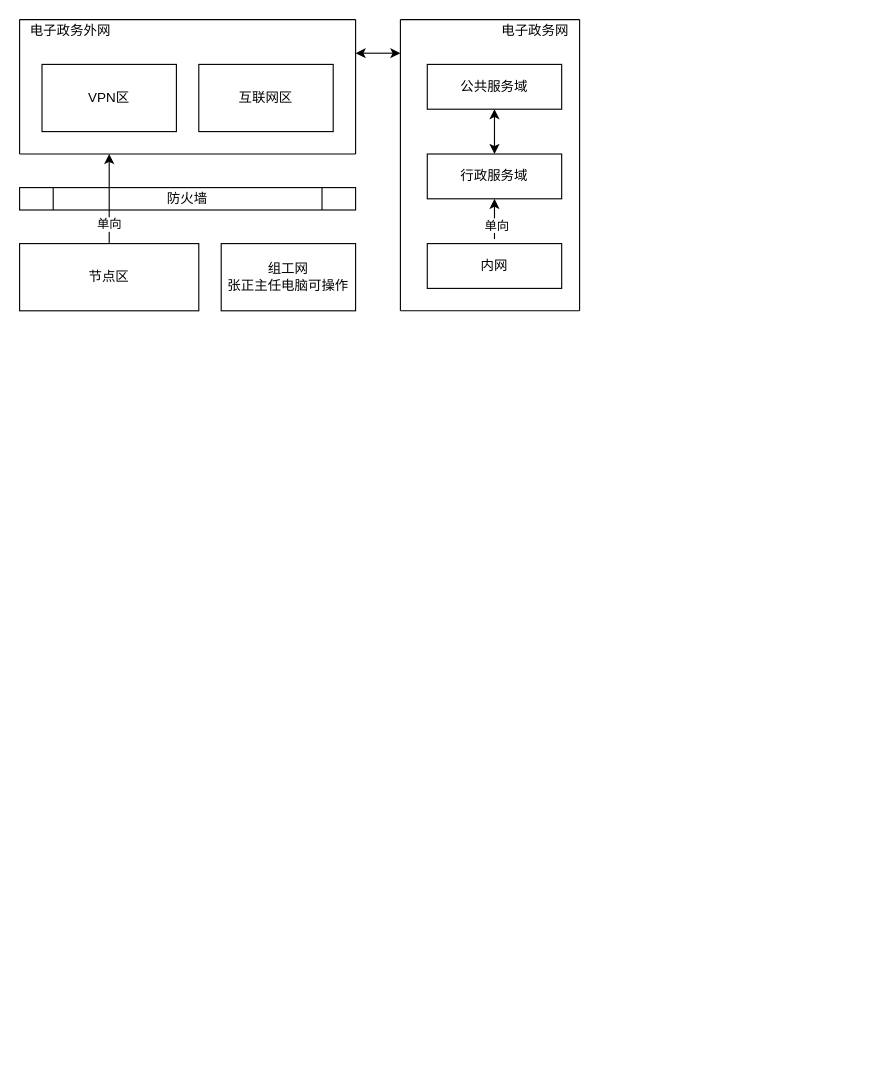
liuchenwei2000/diagram keeps this draw.io diagram as Dengta/部署域.drawio. Above is the earlier version. Source tidied: cells renumbered, new cells numbered last; positions are measured from the earlier drawing's top-left corner, leaving out a move shared by most shapes. Both pictures are drawn from the tidied source at 112%, with x=0, y=0 at pixel (19, 19).
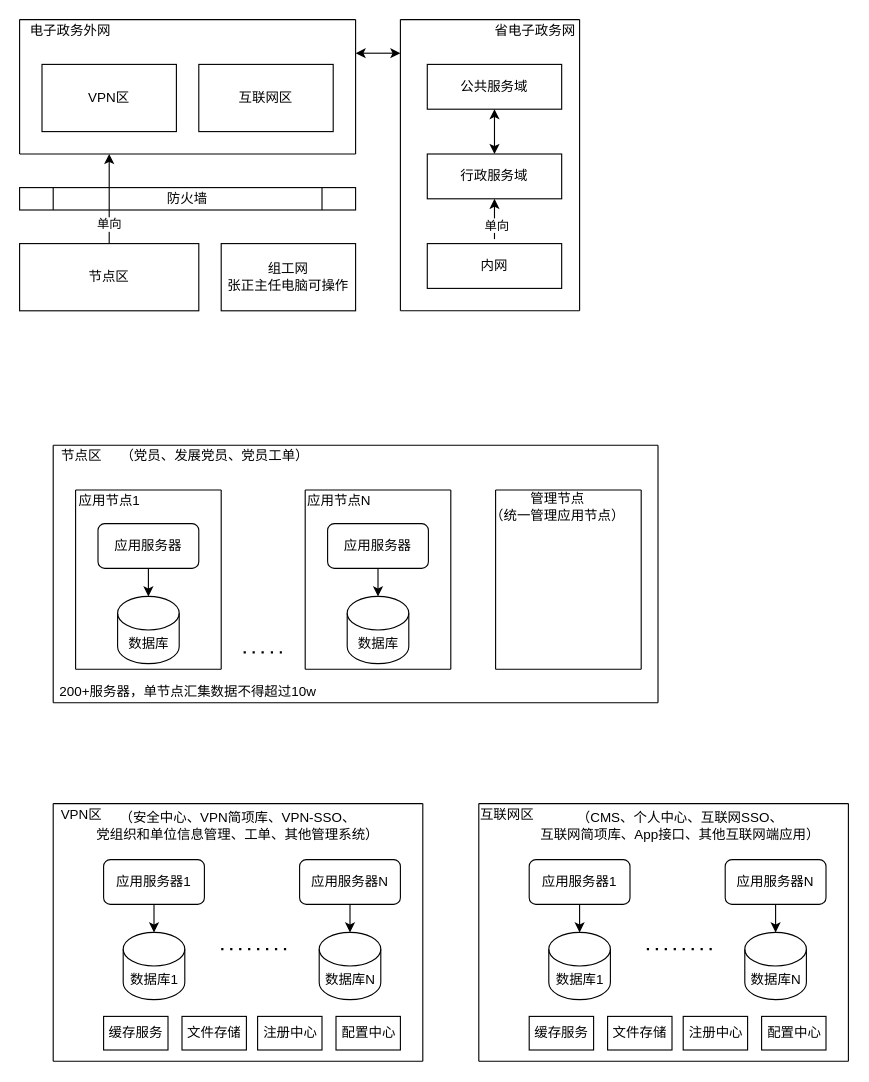
After the change.

The edit, as a diff of the source:
```diff
@@
-    <mxCell id="24" value="电子政务网" style="text;html=1;align=center;verticalAlign=middle;" parent="1" vertex="1">
-      <mxGeometry x="420" width="80" height="20" as="geometry" />
+    <mxCell id="24" value="省电子政务网" style="text;html=1;align=center;verticalAlign=middle;" parent="1" vertex="1">
+      <mxGeometry x="415" width="90" height="20" as="geometry" />
     </mxCell>
@@
+    <mxCell id="26" value="应用服务器" style="rounded=1;whiteSpace=wrap;html=1;" parent="1" vertex="1">
+      <mxGeometry x="70" y="450" width="90" height="40" as="geometry" />
+    </mxCell>
+    <mxCell id="27" value="数据库" style="shape=cylinder3;whiteSpace=wrap;html=1;boundedLbl=1;backgroundOutline=1;size=15;" parent="1" vertex="1">
+      <mxGeometry x="87.5" y="515" width="55" height="60" as="geometry" />
+    </mxCell>
+    <mxCell id="28" style="endArrow=classic;html=1;exitX=0.5;exitY=1;exitDx=0;exitDy=0;" parent="1" edge="1" source="26" target="27">
+      <mxGeometry relative="1" as="geometry" />
+    </mxCell>
+    <mxCell id="29" style="endArrow=none;html=1;" parent="1" edge="1">
+      <mxGeometry relative="1" as="geometry">
+        <mxPoint x="50" y="580" as="sourcePoint" />
+        <mxPoint x="50" y="420" as="targetPoint" />
+      </mxGeometry>
+    </mxCell>
+    <mxCell id="30" style="endArrow=none;html=1;" parent="1" edge="1">
+      <mxGeometry relative="1" as="geometry">
+        <mxPoint x="50" y="420" as="sourcePoint" />
+        <mxPoint x="180" y="420" as="targetPoint" />
+      </mxGeometry>
+    </mxCell>
+    <mxCell id="31" style="endArrow=none;html=1;" parent="1" edge="1">
+      <mxGeometry relative="1" as="geometry">
+        <mxPoint x="180" y="580" as="sourcePoint" />
+        <mxPoint x="180" y="420" as="targetPoint" />
+      </mxGeometry>
+    </mxCell>
+    <mxCell id="32" style="endArrow=none;html=1;" parent="1" edge="1">
+      <mxGeometry relative="1" as="geometry">
+        <mxPoint x="50" y="580" as="sourcePoint" />
+        <mxPoint x="180" y="580" as="targetPoint" />
+      </mxGeometry>
+    </mxCell>
+    <mxCell id="33" value="应用节点1" style="text;html=1;align=center;verticalAlign=middle;" parent="1" vertex="1">
+      <mxGeometry x="45" y="420" width="70" height="20" as="geometry" />
+    </mxCell>
+    <mxCell id="34" value="应用服务器" style="rounded=1;whiteSpace=wrap;html=1;" parent="1" vertex="1">
+      <mxGeometry x="275" y="450" width="90" height="40" as="geometry" />
+    </mxCell>
+    <mxCell id="35" value="数据库" style="shape=cylinder3;whiteSpace=wrap;html=1;boundedLbl=1;backgroundOutline=1;size=15;" parent="1" vertex="1">
+      <mxGeometry x="292.5" y="515" width="55" height="60" as="geometry" />
+    </mxCell>
+    <mxCell id="36" style="endArrow=classic;html=1;exitX=0.5;exitY=1;exitDx=0;exitDy=0;" parent="1" edge="1" source="34" target="35">
+      <mxGeometry relative="1" as="geometry" />
+    </mxCell>
+    <mxCell id="37" style="endArrow=none;html=1;" parent="1" edge="1">
+      <mxGeometry relative="1" as="geometry">
+        <mxPoint x="255" y="580" as="sourcePoint" />
+        <mxPoint x="255" y="420" as="targetPoint" />
+      </mxGeometry>
+    </mxCell>
+    <mxCell id="38" style="endArrow=none;html=1;" parent="1" edge="1">
+      <mxGeometry relative="1" as="geometry">
+        <mxPoint x="255" y="420" as="sourcePoint" />
+        <mxPoint x="385" y="420" as="targetPoint" />
+      </mxGeometry>
+    </mxCell>
+    <mxCell id="39" style="endArrow=none;html=1;" parent="1" edge="1">
+      <mxGeometry relative="1" as="geometry">
+        <mxPoint x="385" y="580" as="sourcePoint" />
+        <mxPoint x="385" y="420" as="targetPoint" />
+      </mxGeometry>
+    </mxCell>
+    <mxCell id="40" style="endArrow=none;html=1;" parent="1" edge="1">
+      <mxGeometry relative="1" as="geometry">
+        <mxPoint x="255" y="580" as="sourcePoint" />
+        <mxPoint x="385" y="580" as="targetPoint" />
+      </mxGeometry>
+    </mxCell>
+    <mxCell id="41" value="应用节点N" style="text;html=1;align=center;verticalAlign=middle;" parent="1" vertex="1">
+      <mxGeometry x="250" y="420" width="70" height="20" as="geometry" />
+    </mxCell>
+    <mxCell id="42" style="endArrow=none;dashed=1;html=1;dashPattern=1 3;strokeWidth=2;" parent="1" edge="1">
+      <mxGeometry relative="1" as="geometry">
+        <mxPoint x="200" y="565" as="sourcePoint" />
+        <mxPoint x="240" y="565" as="targetPoint" />
+        <Array as="points">
+          <mxPoint x="230" y="565" />
+        </Array>
+      </mxGeometry>
+    </mxCell>
+    <mxCell id="43" style="endArrow=none;html=1;" parent="1" edge="1">
+      <mxGeometry relative="1" as="geometry">
+        <mxPoint x="30" y="610" as="sourcePoint" />
+        <mxPoint x="30" y="380" as="targetPoint" />
+      </mxGeometry>
+    </mxCell>
+    <mxCell id="44" style="endArrow=none;html=1;" parent="1" edge="1">
+      <mxGeometry relative="1" as="geometry">
+        <mxPoint x="30" y="610" as="sourcePoint" />
+        <mxPoint x="570" y="610" as="targetPoint" />
+      </mxGeometry>
+    </mxCell>
+    <mxCell id="45" style="endArrow=none;html=1;" parent="1" edge="1">
+      <mxGeometry relative="1" as="geometry">
+        <mxPoint x="570" y="610" as="sourcePoint" />
+        <mxPoint x="570" y="380" as="targetPoint" />
+      </mxGeometry>
+    </mxCell>
+    <mxCell id="46" style="endArrow=none;html=1;" parent="1" edge="1">
+      <mxGeometry relative="1" as="geometry">
+        <mxPoint x="30" y="380" as="sourcePoint" />
+        <mxPoint x="570" y="380" as="targetPoint" />
+      </mxGeometry>
+    </mxCell>
+    <mxCell id="47" value="节点区" style="text;html=1;align=center;verticalAlign=middle;" parent="1" vertex="1">
+      <mxGeometry x="30" y="380" width="50" height="20" as="geometry" />
+    </mxCell>
+    <mxCell id="48" value="（党员、发展党员、党员工单）" style="text;html=1;strokeColor=none;fillColor=none;align=center;verticalAlign=middle;whiteSpace=wrap;rounded=0;" parent="1" vertex="1">
+      <mxGeometry x="87.5" y="380" width="172.5" height="20" as="geometry" />
+    </mxCell>
+    <mxCell id="49" style="endArrow=none;html=1;" parent="1" edge="1">
+      <mxGeometry relative="1" as="geometry">
+        <mxPoint x="425" y="580" as="sourcePoint" />
+        <mxPoint x="425" y="420" as="targetPoint" />
+      </mxGeometry>
+    </mxCell>
+    <mxCell id="50" style="endArrow=none;html=1;" parent="1" edge="1">
+      <mxGeometry relative="1" as="geometry">
+        <mxPoint x="425" y="420" as="sourcePoint" />
+        <mxPoint x="555" y="420" as="targetPoint" />
+      </mxGeometry>
+    </mxCell>
+    <mxCell id="51" style="endArrow=none;html=1;" parent="1" edge="1">
+      <mxGeometry relative="1" as="geometry">
+        <mxPoint x="555" y="580" as="sourcePoint" />
+        <mxPoint x="555" y="420" as="targetPoint" />
+      </mxGeometry>
+    </mxCell>
+    <mxCell id="52" style="endArrow=none;html=1;" parent="1" edge="1">
+      <mxGeometry relative="1" as="geometry">
+        <mxPoint x="425" y="580" as="sourcePoint" />
+        <mxPoint x="555" y="580" as="targetPoint" />
+      </mxGeometry>
+    </mxCell>
+    <mxCell id="53" value="管理节点&lt;br&gt;（统一管理应用节点）" style="text;html=1;align=center;verticalAlign=middle;" parent="1" vertex="1">
+      <mxGeometry x="410" y="420" width="140" height="30" as="geometry" />
+    </mxCell>
+    <mxCell id="54" value="200+服务器，单节点汇集数据不得超过10w" style="text;html=1;align=center;verticalAlign=middle;" parent="1" vertex="1">
+      <mxGeometry x="30" y="590" width="240" height="20" as="geometry" />
+    </mxCell>
+    <mxCell id="55" value="应用服务器1" style="rounded=1;whiteSpace=wrap;html=1;" parent="1" vertex="1">
+      <mxGeometry x="75" y="750" width="90" height="40" as="geometry" />
+    </mxCell>
+    <mxCell id="56" value="数据库1" style="shape=cylinder3;whiteSpace=wrap;html=1;boundedLbl=1;backgroundOutline=1;size=15;" parent="1" vertex="1">
+      <mxGeometry x="92.5" y="815" width="55" height="60" as="geometry" />
+    </mxCell>
+    <mxCell id="57" style="endArrow=classic;html=1;exitX=0.5;exitY=1;exitDx=0;exitDy=0;" parent="1" edge="1" source="55" target="56">
+      <mxGeometry relative="1" as="geometry" />
+    </mxCell>
+    <mxCell id="58" value="应用服务器N" style="rounded=1;whiteSpace=wrap;html=1;" parent="1" vertex="1">
+      <mxGeometry x="250" y="750" width="90" height="40" as="geometry" />
+    </mxCell>
+    <mxCell id="59" value="数据库N" style="shape=cylinder3;whiteSpace=wrap;html=1;boundedLbl=1;backgroundOutline=1;size=15;" parent="1" vertex="1">
+      <mxGeometry x="267.5" y="815" width="55" height="60" as="geometry" />
+    </mxCell>
+    <mxCell id="60" style="endArrow=classic;html=1;exitX=0.5;exitY=1;exitDx=0;exitDy=0;" parent="1" edge="1" source="58" target="59">
+      <mxGeometry relative="1" as="geometry" />
+    </mxCell>
+    <mxCell id="61" style="endArrow=none;html=1;" parent="1" edge="1">
+      <mxGeometry relative="1" as="geometry">
+        <mxPoint x="30" y="930" as="sourcePoint" />
+        <mxPoint x="30" y="700" as="targetPoint" />
+      </mxGeometry>
+    </mxCell>
+    <mxCell id="62" style="endArrow=none;html=1;" parent="1" edge="1">
+      <mxGeometry relative="1" as="geometry">
+        <mxPoint x="30" y="930" as="sourcePoint" />
+        <mxPoint x="360" y="930" as="targetPoint" />
+      </mxGeometry>
+    </mxCell>
+    <mxCell id="63" style="endArrow=none;html=1;" parent="1" edge="1">
+      <mxGeometry relative="1" as="geometry">
+        <mxPoint x="360" y="930" as="sourcePoint" />
+        <mxPoint x="360" y="700" as="targetPoint" />
+      </mxGeometry>
+    </mxCell>
+    <mxCell id="64" style="endArrow=none;html=1;" parent="1" edge="1">
+      <mxGeometry relative="1" as="geometry">
+        <mxPoint x="30" y="700" as="sourcePoint" />
+        <mxPoint x="360" y="700" as="targetPoint" />
+      </mxGeometry>
+    </mxCell>
+    <mxCell id="65" value="VPN区" style="text;html=1;align=center;verticalAlign=middle;" parent="1" vertex="1">
+      <mxGeometry x="30" y="700" width="50" height="20" as="geometry" />
+    </mxCell>
+    <mxCell id="66" value="（安全中心、VPN简项库、VPN-SSO、&lt;br&gt;党组织和单位信息管理、工单、其他管理系统）" style="text;html=1;strokeColor=none;fillColor=none;align=center;verticalAlign=middle;whiteSpace=wrap;rounded=0;" parent="1" vertex="1">
+      <mxGeometry x="60" y="710" width="270" height="20" as="geometry" />
+    </mxCell>
+    <mxCell id="67" style="endArrow=none;dashed=1;html=1;dashPattern=1 3;strokeWidth=2;" parent="1" edge="1">
+      <mxGeometry relative="1" as="geometry">
+        <mxPoint x="180" y="830" as="sourcePoint" />
+        <mxPoint x="240" y="830" as="targetPoint" />
+      </mxGeometry>
+    </mxCell>
+    <mxCell id="68" value="缓存服务" style="rounded=0;whiteSpace=wrap;html=1;" parent="1" vertex="1">
+      <mxGeometry x="75" y="890" width="57.5" height="30" as="geometry" />
+    </mxCell>
+    <mxCell id="69" value="文件存储" style="rounded=0;whiteSpace=wrap;html=1;" parent="1" vertex="1">
+      <mxGeometry x="145" y="890" width="57.5" height="30" as="geometry" />
+    </mxCell>
+    <mxCell id="70" value="注册中心" style="rounded=0;whiteSpace=wrap;html=1;" parent="1" vertex="1">
+      <mxGeometry x="212.5" y="890" width="57.5" height="30" as="geometry" />
+    </mxCell>
+    <mxCell id="71" value="配置中心" style="rounded=0;whiteSpace=wrap;html=1;" parent="1" vertex="1">
+      <mxGeometry x="282.5" y="890" width="57.5" height="30" as="geometry" />
+    </mxCell>
+    <mxCell id="72" value="应用服务器1" style="rounded=1;whiteSpace=wrap;html=1;" parent="1" vertex="1">
+      <mxGeometry x="455" y="750" width="90" height="40" as="geometry" />
+    </mxCell>
+    <mxCell id="73" value="数据库1" style="shape=cylinder3;whiteSpace=wrap;html=1;boundedLbl=1;backgroundOutline=1;size=15;" parent="1" vertex="1">
+      <mxGeometry x="472.5" y="815" width="55" height="60" as="geometry" />
+    </mxCell>
+    <mxCell id="74" style="endArrow=classic;html=1;exitX=0.5;exitY=1;exitDx=0;exitDy=0;" parent="1" edge="1" source="72" target="73">
+      <mxGeometry relative="1" as="geometry" />
+    </mxCell>
+    <mxCell id="75" value="应用服务器N" style="rounded=1;whiteSpace=wrap;html=1;" parent="1" vertex="1">
+      <mxGeometry x="630" y="750" width="90" height="40" as="geometry" />
+    </mxCell>
+    <mxCell id="76" value="数据库N" style="shape=cylinder3;whiteSpace=wrap;html=1;boundedLbl=1;backgroundOutline=1;size=15;" parent="1" vertex="1">
+      <mxGeometry x="647.5" y="815" width="55" height="60" as="geometry" />
+    </mxCell>
+    <mxCell id="77" style="endArrow=classic;html=1;exitX=0.5;exitY=1;exitDx=0;exitDy=0;" parent="1" edge="1" source="75" target="76">
+      <mxGeometry relative="1" as="geometry" />
+    </mxCell>
+    <mxCell id="78" style="endArrow=none;html=1;" parent="1" edge="1">
+      <mxGeometry relative="1" as="geometry">
+        <mxPoint x="410" y="930" as="sourcePoint" />
+        <mxPoint x="410" y="700" as="targetPoint" />
+      </mxGeometry>
+    </mxCell>
+    <mxCell id="79" style="endArrow=none;html=1;" parent="1" edge="1">
+      <mxGeometry relative="1" as="geometry">
+        <mxPoint x="410" y="930" as="sourcePoint" />
+        <mxPoint x="740" y="930" as="targetPoint" />
+      </mxGeometry>
+    </mxCell>
+    <mxCell id="80" style="endArrow=none;html=1;" parent="1" edge="1">
+      <mxGeometry relative="1" as="geometry">
+        <mxPoint x="740" y="930" as="sourcePoint" />
+        <mxPoint x="740" y="700" as="targetPoint" />
+      </mxGeometry>
+    </mxCell>
+    <mxCell id="81" style="endArrow=none;html=1;" parent="1" edge="1">
+      <mxGeometry relative="1" as="geometry">
+        <mxPoint x="410" y="700" as="sourcePoint" />
+        <mxPoint x="740" y="700" as="targetPoint" />
+      </mxGeometry>
+    </mxCell>
+    <mxCell id="82" value="互联网区" style="text;html=1;align=center;verticalAlign=middle;" parent="1" vertex="1">
+      <mxGeometry x="405" y="700" width="60" height="20" as="geometry" />
+    </mxCell>
+    <mxCell id="83" value="（CMS、个人中心、互联网SSO、&lt;br&gt;互联网简项库、App接口、其他互联网端应用）" style="text;html=1;strokeColor=none;fillColor=none;align=center;verticalAlign=middle;whiteSpace=wrap;rounded=0;" parent="1" vertex="1">
+      <mxGeometry x="460" y="715" width="260" height="10" as="geometry" />
+    </mxCell>
+    <mxCell id="84" style="endArrow=none;dashed=1;html=1;dashPattern=1 3;strokeWidth=2;" parent="1" edge="1">
+      <mxGeometry relative="1" as="geometry">
+        <mxPoint x="560" y="830" as="sourcePoint" />
+        <mxPoint x="620" y="830" as="targetPoint" />
+      </mxGeometry>
+    </mxCell>
+    <mxCell id="85" value="缓存服务" style="rounded=0;whiteSpace=wrap;html=1;" parent="1" vertex="1">
+      <mxGeometry x="455" y="890" width="57.5" height="30" as="geometry" />
+    </mxCell>
+    <mxCell id="86" value="文件存储" style="rounded=0;whiteSpace=wrap;html=1;" parent="1" vertex="1">
+      <mxGeometry x="525" y="890" width="57.5" height="30" as="geometry" />
+    </mxCell>
+    <mxCell id="87" value="注册中心" style="rounded=0;whiteSpace=wrap;html=1;" parent="1" vertex="1">
+      <mxGeometry x="592.5" y="890" width="57.5" height="30" as="geometry" />
+    </mxCell>
+    <mxCell id="88" value="配置中心" style="rounded=0;whiteSpace=wrap;html=1;" parent="1" vertex="1">
+      <mxGeometry x="662.5" y="890" width="57.5" height="30" as="geometry" />
+    </mxCell>
```
